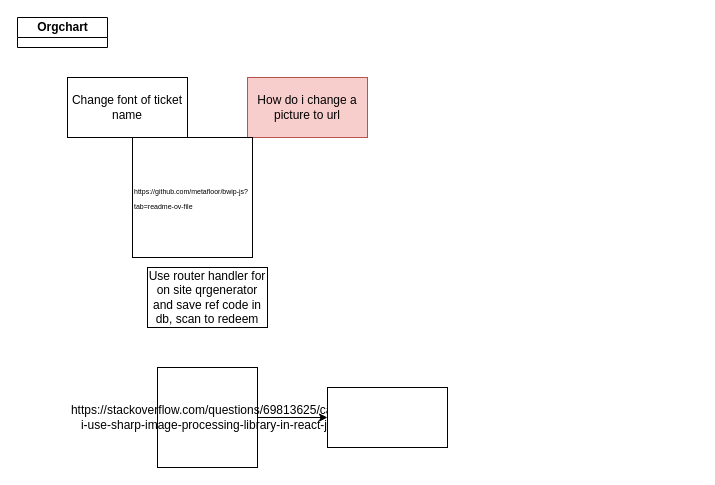
Earlier version of the draw.io diagram Untitled Diagram.drawio (Olaoluwa2170/steeze-be). Source tidied: cells renumbered, new cells numbered last; positions are measured from the earlier drawing's top-left corner, leaving out a move shared by most shapes. Both pictures are drawn from the tidied source at 100%, with x=0, y=0 at pixel (17, 17).
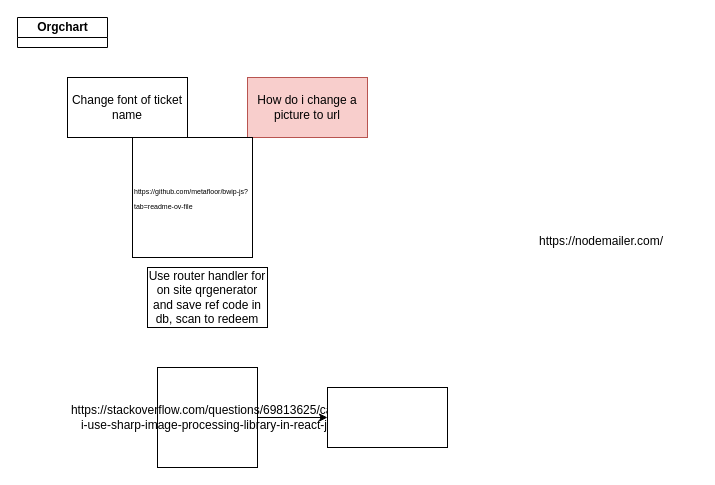
The same diagram, later.

What changed in the source:
```diff
@@
 <mxGraphModel>
   <root>
     <mxCell id="0" />
     <mxCell id="1" parent="0" />
     <mxCell id="2" value="Orgchart" style="swimlane;html=1;startSize=20;horizontal=1;containerType=tree;glass=0;" parent="1" vertex="1" collapsed="1">
       <mxGeometry width="90" height="30" as="geometry" />
     </mxCell>
     <mxCell id="3" value="How do i change a picture to url" style="rounded=0;whiteSpace=wrap;html=1;fillColor=#f8cecc;strokeColor=#b85450;" parent="1" vertex="1">
       <mxGeometry x="230" y="60" width="120" height="60" as="geometry" />
     </mxCell>
     <mxCell id="4" value="Change font of ticket name" style="rounded=0;whiteSpace=wrap;html=1;" parent="1" vertex="1">
       <mxGeometry x="50" y="60" width="120" height="60" as="geometry" />
     </mxCell>
     <mxCell id="5" value="Use router handler for on site qrgenerator and save ref code in db, scan to redeem" style="rounded=0;whiteSpace=wrap;html=1;" parent="1" vertex="1">
       <mxGeometry x="130" y="250" width="120" height="60" as="geometry" />
     </mxCell>
     <mxCell id="6" value="&lt;div style=&quot;&quot;&gt;&lt;span style=&quot;background-color: initial;&quot;&gt;&lt;font style=&quot;font-size: 7px;&quot;&gt;https://github.com/metafloor/bwip-js?tab=readme-ov-file&lt;/font&gt;&lt;/span&gt;&lt;/div&gt;" style="whiteSpace=wrap;align=left;html=1;" parent="1" vertex="1">
       <mxGeometry x="115" y="120" width="120" height="120" as="geometry" />
     </mxCell>
     <mxCell id="7" style="edgeStyle=orthogonalEdgeStyle;rounded=0;jettySize=auto;html=1;" parent="1" edge="1" source="8" target="9">
       <mxGeometry relative="1" as="geometry" />
     </mxCell>
     <mxCell id="8" value="https://stackoverflow.com/questions/69813625/can-i-use-sharp-image-processing-library-in-react-js" style="whiteSpace=wrap;html=1;" parent="1" vertex="1">
       <mxGeometry x="140" y="350" width="100" height="100" as="geometry" />
     </mxCell>
     <mxCell id="9" style="whiteSpace=wrap;html=1;" parent="1" vertex="1">
       <mxGeometry x="310" y="370" width="120" height="60" as="geometry" />
     </mxCell>
+    <mxCell id="10" value="https://nodemailer.com/" style="text;whiteSpace=wrap;" parent="1" vertex="1">
+      <mxGeometry x="520" y="210" width="160" height="40" as="geometry" />
+    </mxCell>
   </root>
 </mxGraphModel>
```
